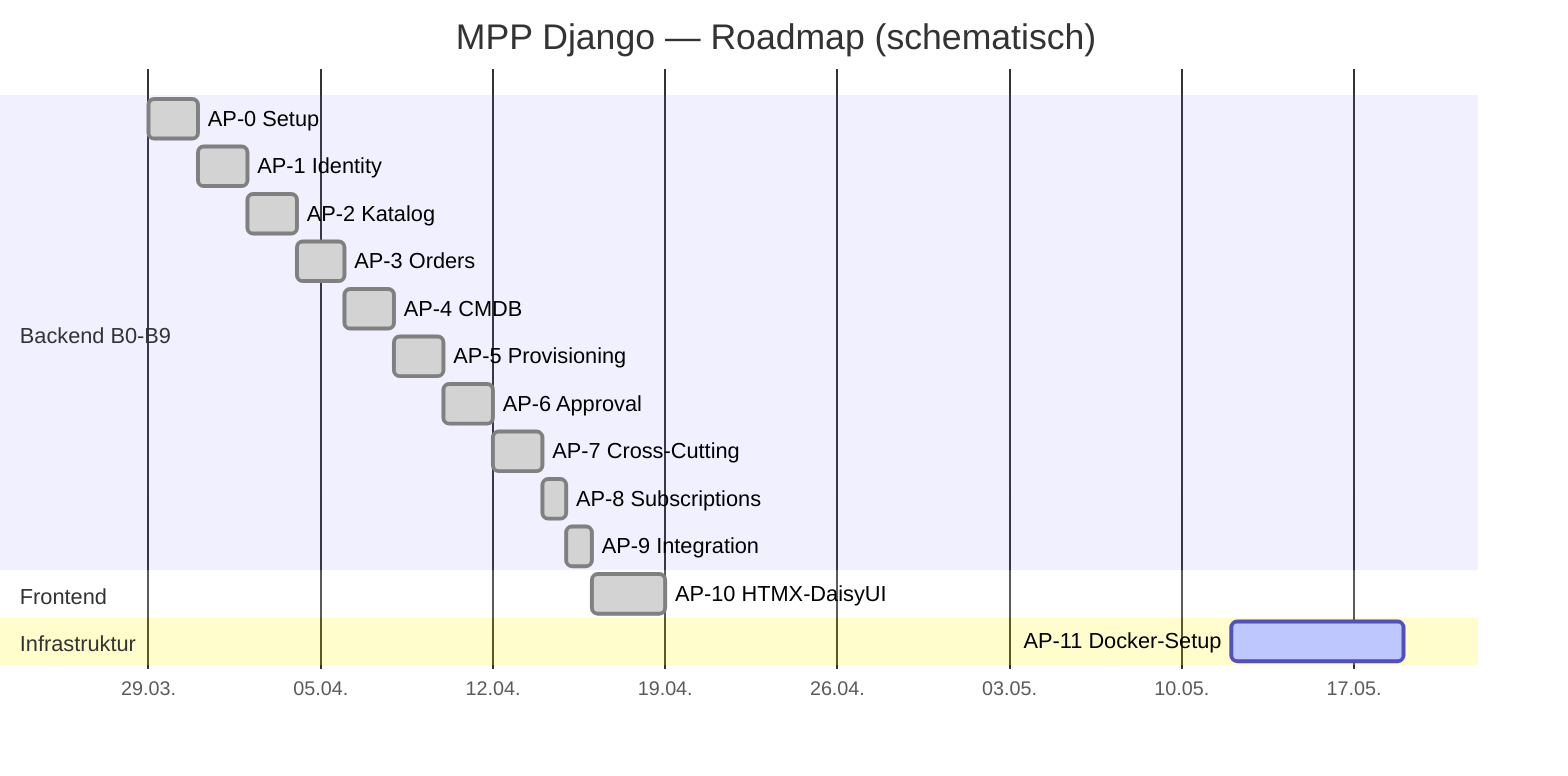
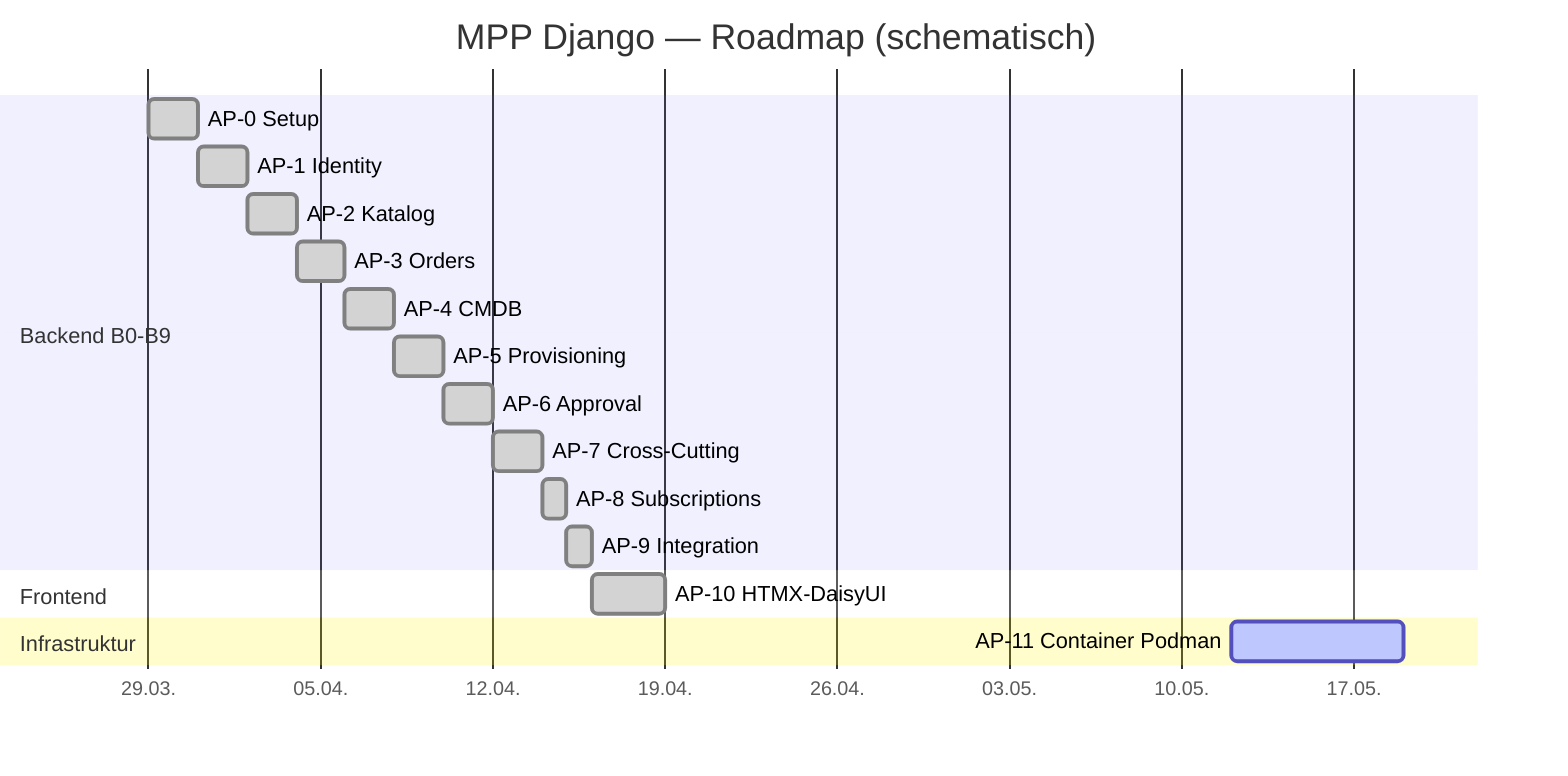
gantt
    title MPP Django — Roadmap (schematisch)
    dateFormat YYYY-MM-DD
    axisFormat %d.%m.
    section Backend B0-B9
    AP-0 Setup            :done, a0, 2026-03-29, 2d
    AP-1 Identity         :done, a1, 2026-03-31, 2d
    AP-2 Katalog          :done, a2, 2026-04-02, 2d
    AP-3 Orders           :done, a3, 2026-04-04, 2d
    AP-4 CMDB             :done, a4, 2026-04-06, 2d
    AP-5 Provisioning     :done, a5, 2026-04-08, 2d
    AP-6 Approval         :done, a6, 2026-04-10, 2d
    AP-7 Cross-Cutting    :done, a7, 2026-04-12, 2d
    AP-8 Subscriptions    :done, a8, 2026-04-14, 1d
    AP-9 Integration      :done, a9, 2026-04-15, 1d
    section Frontend
    AP-10 HTMX-DaisyUI    :done, a10, 2026-04-16, 3d
    section Infrastruktur
-     AP-11 Docker-Setup    :active, a11, 2026-05-12, 7d
+     AP-11 Container Podman :active, a11, 2026-05-12, 7d
